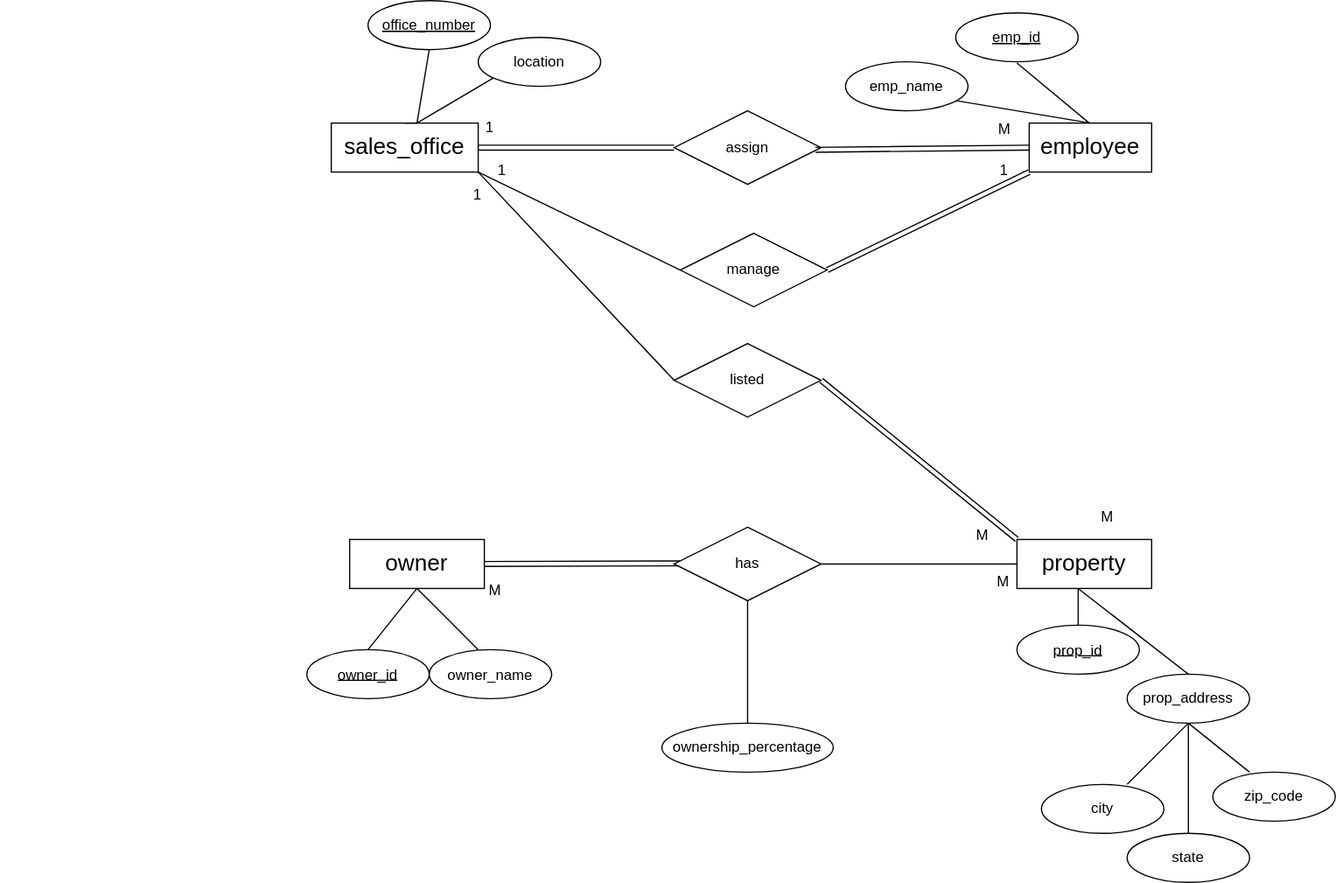
Before: Untitled Diagram3.drawio.svg, a diagram exported from draw.io (abdelrhmankhaled2024/ERD). Source tidied: cells renumbered, new cells last; positions are measured from the earlier drawing's top-left corner, leaving out a move shared by most shapes. Its diagram source:
```xml
<mxGraphModel>
  <root>
    <mxCell id="0" />
    <mxCell id="1" parent="0" />
    <mxCell id="2" value="&lt;span style=&quot;font-family: Arial, sans-serif; font-size: 18.6667px;&quot;&gt;sales_office&lt;/span&gt;" style="whiteSpace=wrap;html=1;align=center;" parent="1" vertex="1">
      <mxGeometry x="270" y="100" width="120" height="40" as="geometry" />
    </mxCell>
    <mxCell id="3" style="endArrow=none;html=1;rounded=0;exitX=0.5;exitY=0;exitDx=0;exitDy=0;entryX=0.06;entryY=0.775;entryDx=0;entryDy=0;entryPerimeter=0;" parent="1" edge="1" source="2">
      <mxGeometry relative="1" as="geometry">
        <mxPoint x="406" y="61" as="targetPoint" />
        <Array as="points">
          <mxPoint x="340" y="100" />
        </Array>
      </mxGeometry>
    </mxCell>
    <mxCell id="4" style="endArrow=none;html=1;rounded=0;" parent="1" edge="1">
      <mxGeometry relative="1" as="geometry">
        <mxPoint x="340" y="100" as="sourcePoint" />
        <mxPoint x="350" y="40" as="targetPoint" />
        <Array as="points">
          <mxPoint x="340" y="100" />
        </Array>
      </mxGeometry>
    </mxCell>
    <mxCell id="5" value="&lt;u&gt;office_number&lt;/u&gt;" style="ellipse;whiteSpace=wrap;html=1;align=center;fontStyle=4;" parent="1" vertex="1">
      <mxGeometry x="300" width="100" height="40" as="geometry" />
    </mxCell>
    <mxCell id="6" value="&lt;font style=&quot;font-size: 12px;&quot;&gt;location&lt;/font&gt;" style="ellipse;whiteSpace=wrap;html=1;align=center;" parent="1" vertex="1">
      <mxGeometry x="390" y="30" width="100" height="40" as="geometry" />
    </mxCell>
    <mxCell id="7" value="&lt;font face=&quot;Arial, sans-serif&quot;&gt;&lt;span style=&quot;font-size: 18.6667px;&quot;&gt;owner&lt;/span&gt;&lt;/font&gt;" style="whiteSpace=wrap;html=1;align=center;" parent="1" vertex="1">
      <mxGeometry x="285" y="440" width="110" height="40" as="geometry" />
    </mxCell>
    <mxCell id="8" style="endArrow=none;html=1;rounded=0;" parent="1" edge="1">
      <mxGeometry relative="1" as="geometry">
        <mxPoint x="300" y="530" as="sourcePoint" />
        <mxPoint x="340" y="480" as="targetPoint" />
      </mxGeometry>
    </mxCell>
    <mxCell id="9" style="endArrow=none;html=1;rounded=0;entryX=0.5;entryY=1;entryDx=0;entryDy=0;exitX=0.4;exitY=0;exitDx=0;exitDy=0;exitPerimeter=0;" parent="1" edge="1" source="11" target="7">
      <mxGeometry relative="1" as="geometry" />
    </mxCell>
    <mxCell id="10" value="&lt;span style=&quot;font-family: Arial, sans-serif; position: relative; top: 0.5pt;&quot;&gt;&lt;font style=&quot;font-size: 12px;&quot;&gt;owner_id&lt;/font&gt;&lt;/span&gt;" style="ellipse;whiteSpace=wrap;html=1;align=center;fontStyle=4;" parent="1" vertex="1">
      <mxGeometry x="250" y="530" width="100" height="40" as="geometry" />
    </mxCell>
    <mxCell id="11" value="&lt;span style=&quot;font-family: Arial, sans-serif; position: relative; top: 0.5pt;&quot;&gt;&lt;font style=&quot;font-size: 12px;&quot;&gt;owner_name&lt;/font&gt;&lt;/span&gt;" style="ellipse;whiteSpace=wrap;html=1;align=center;" parent="1" vertex="1">
      <mxGeometry x="350" y="530" width="100" height="40" as="geometry" />
    </mxCell>
    <mxCell id="12" value="&lt;span style=&quot;font-family: Arial, sans-serif; font-size: 18.6667px;&quot;&gt;employee&lt;/span&gt;" style="whiteSpace=wrap;html=1;align=center;" parent="1" vertex="1">
      <mxGeometry x="840" y="100" width="100" height="40" as="geometry" />
    </mxCell>
    <mxCell id="13" style="endArrow=none;html=1;rounded=0;exitX=0.5;exitY=0;exitDx=0;exitDy=0;entryX=0.61;entryY=1.025;entryDx=0;entryDy=0;entryPerimeter=0;" parent="1" edge="1">
      <mxGeometry relative="1" as="geometry">
        <mxPoint x="889" y="100" as="sourcePoint" />
        <mxPoint x="830" y="51" as="targetPoint" />
      </mxGeometry>
    </mxCell>
    <mxCell id="14" value="&lt;u&gt;emp_id&lt;/u&gt;" style="ellipse;whiteSpace=wrap;html=1;align=center;fontStyle=4;" parent="1" vertex="1">
      <mxGeometry x="780" y="10" width="100" height="40" as="geometry" />
    </mxCell>
    <mxCell id="15" style="endArrow=none;html=1;rounded=0;entryX=0.5;entryY=0;entryDx=0;entryDy=0;" parent="1" edge="1">
      <mxGeometry relative="1" as="geometry">
        <mxPoint x="770" y="80" as="sourcePoint" />
        <mxPoint x="890" y="100" as="targetPoint" />
      </mxGeometry>
    </mxCell>
    <mxCell id="16" value="&lt;font style=&quot;font-size: 12px;&quot;&gt;emp_name&lt;/font&gt;" style="ellipse;whiteSpace=wrap;html=1;align=center;" parent="1" vertex="1">
      <mxGeometry x="690" y="50" width="100" height="40" as="geometry" />
    </mxCell>
    <mxCell id="17" value="assign" style="shape=rhombus;perimeter=rhombusPerimeter;whiteSpace=wrap;html=1;align=center;" parent="1" vertex="1">
      <mxGeometry x="550" y="90" width="120" height="60" as="geometry" />
    </mxCell>
    <mxCell id="18" style="shape=link;html=1;rounded=0;exitX=0;exitY=0.5;exitDx=0;exitDy=0;entryX=1;entryY=0.5;entryDx=0;entryDy=0;" parent="1" edge="1" source="17" target="2">
      <mxGeometry relative="1" as="geometry" />
    </mxCell>
    <mxCell id="19" value="1" style="html=1;whiteSpace=wrap;align=right;verticalAlign=bottom;" parent="1" vertex="1">
      <mxGeometry x="360" y="430" as="geometry">
        <mxPoint x="44" y="-318" as="offset" />
      </mxGeometry>
    </mxCell>
    <mxCell id="20" style="shape=link;html=1;rounded=0;exitX=0;exitY=0.5;exitDx=0;exitDy=0;entryX=0.962;entryY=0.53;entryDx=0;entryDy=0;entryPerimeter=0;" parent="1" edge="1" source="12" target="17">
      <mxGeometry relative="1" as="geometry" />
    </mxCell>
    <mxCell id="21" value="M" style="html=1;whiteSpace=wrap;align=right;verticalAlign=bottom;" parent="20" vertex="1">
      <mxGeometry x="1" relative="1" as="geometry">
        <mxPoint x="161" y="-9" as="offset" />
      </mxGeometry>
    </mxCell>
    <mxCell id="22" value="&lt;span style=&quot;font-family: Arial, sans-serif; position: relative; top: 0.5pt;&quot;&gt;&lt;font style=&quot;font-size: 12px;&quot;&gt;prop_id&lt;/font&gt;&lt;/span&gt;" style="ellipse;whiteSpace=wrap;html=1;align=center;fontStyle=4;" parent="1" vertex="1">
      <mxGeometry x="830" y="510" width="100" height="40" as="geometry" />
    </mxCell>
    <mxCell id="23" style="endArrow=none;html=1;rounded=0;exitX=0.5;exitY=1;exitDx=0;exitDy=0;entryX=0.5;entryY=0;entryDx=0;entryDy=0;" parent="1" edge="1" target="22">
      <mxGeometry relative="1" as="geometry">
        <mxPoint x="880" y="480" as="sourcePoint" />
      </mxGeometry>
    </mxCell>
    <mxCell id="24" style="endArrow=none;html=1;rounded=0;exitX=0.5;exitY=1;exitDx=0;exitDy=0;" parent="1" edge="1" source="26">
      <mxGeometry relative="1" as="geometry">
        <mxPoint x="920" y="640" as="targetPoint" />
      </mxGeometry>
    </mxCell>
    <mxCell id="25" style="endArrow=none;html=1;rounded=0;exitX=0.5;exitY=1;exitDx=0;exitDy=0;" parent="1" edge="1">
      <mxGeometry relative="1" as="geometry">
        <mxPoint x="880" y="480" as="sourcePoint" />
        <mxPoint x="970" y="550" as="targetPoint" />
      </mxGeometry>
    </mxCell>
    <mxCell id="26" value="&lt;span style=&quot;font-family: Arial, sans-serif;&quot;&gt;prop_address&lt;/span&gt;" style="ellipse;whiteSpace=wrap;html=1;align=center;" parent="1" vertex="1">
      <mxGeometry x="920" y="550" width="100" height="40" as="geometry" />
    </mxCell>
    <mxCell id="27" style="shape=link;html=1;rounded=0;entryX=1;entryY=0.5;entryDx=0;entryDy=0;exitX=0.056;exitY=0.492;exitDx=0;exitDy=0;exitPerimeter=0;" parent="1" edge="1" source="29" target="7">
      <mxGeometry relative="1" as="geometry" />
    </mxCell>
    <mxCell id="28" value="M" style="html=1;whiteSpace=wrap;align=right;verticalAlign=bottom;" parent="27" vertex="1">
      <mxGeometry x="1" relative="1" as="geometry">
        <mxPoint x="15" y="30" as="offset" />
      </mxGeometry>
    </mxCell>
    <mxCell id="29" value="has" style="shape=rhombus;perimeter=rhombusPerimeter;whiteSpace=wrap;html=1;align=center;" parent="1" vertex="1">
      <mxGeometry x="550" y="430" width="120" height="60" as="geometry" />
    </mxCell>
    <mxCell id="30" value="&lt;font face=&quot;Arial, sans-serif&quot;&gt;&lt;span style=&quot;font-size: 18.6667px;&quot;&gt;property&lt;/span&gt;&lt;/font&gt;" style="whiteSpace=wrap;html=1;align=center;" parent="1" vertex="1">
      <mxGeometry x="830" y="440" width="110" height="40" as="geometry" />
    </mxCell>
    <mxCell id="31" value="manage" style="shape=rhombus;perimeter=rhombusPerimeter;whiteSpace=wrap;html=1;align=center;" parent="1" vertex="1">
      <mxGeometry x="555" y="190" width="120" height="60" as="geometry" />
    </mxCell>
    <mxCell id="32" style="endArrow=none;html=1;rounded=0;exitX=1;exitY=1;exitDx=0;exitDy=0;entryX=0;entryY=0.5;entryDx=0;entryDy=0;" parent="1" edge="1" source="2" target="31">
      <mxGeometry relative="1" as="geometry" />
    </mxCell>
    <mxCell id="33" style="shape=link;html=1;rounded=0;entryX=0;entryY=1;entryDx=0;entryDy=0;exitX=1;exitY=0.5;exitDx=0;exitDy=0;" parent="1" edge="1" source="31" target="12">
      <mxGeometry relative="1" as="geometry" />
    </mxCell>
    <mxCell id="34" value="M" style="html=1;whiteSpace=wrap;align=right;verticalAlign=bottom;" parent="1" vertex="1">
      <mxGeometry x="910" y="430" as="geometry" />
    </mxCell>
    <mxCell id="35" value="1" style="html=1;whiteSpace=wrap;align=right;verticalAlign=bottom;" parent="1" vertex="1">
      <mxGeometry x="430" y="430" as="geometry">
        <mxPoint x="394" y="-283" as="offset" />
      </mxGeometry>
    </mxCell>
    <mxCell id="36" value="1" style="html=1;whiteSpace=wrap;align=right;verticalAlign=bottom;" parent="1" vertex="1">
      <mxGeometry x="20" y="430" as="geometry">
        <mxPoint x="394" y="-283" as="offset" />
      </mxGeometry>
    </mxCell>
    <mxCell id="37" style="endArrow=none;html=1;rounded=0;exitX=0.5;exitY=1;exitDx=0;exitDy=0;entryX=0.5;entryY=0;entryDx=0;entryDy=0;" parent="1" edge="1" source="26" target="40">
      <mxGeometry relative="1" as="geometry" />
    </mxCell>
    <mxCell id="38" style="endArrow=none;html=1;rounded=0;exitX=0.5;exitY=1;exitDx=0;exitDy=0;" parent="1" edge="1" source="26">
      <mxGeometry relative="1" as="geometry">
        <mxPoint x="1020" y="630" as="targetPoint" />
      </mxGeometry>
    </mxCell>
    <mxCell id="39" value="&lt;span style=&quot;font-family: Arial, sans-serif;&quot;&gt;city&lt;/span&gt;" style="ellipse;whiteSpace=wrap;html=1;align=center;" parent="1" vertex="1">
      <mxGeometry x="850" y="640" width="100" height="40" as="geometry" />
    </mxCell>
    <mxCell id="40" value="&lt;span style=&quot;font-family: Arial, sans-serif;&quot;&gt;state&lt;/span&gt;" style="ellipse;whiteSpace=wrap;html=1;align=center;" parent="1" vertex="1">
      <mxGeometry x="920" y="680" width="100" height="40" as="geometry" />
    </mxCell>
    <mxCell id="41" value="&lt;span style=&quot;font-family: Arial, sans-serif;&quot;&gt;zip_code&lt;/span&gt;" style="ellipse;whiteSpace=wrap;html=1;align=center;" parent="1" vertex="1">
      <mxGeometry x="990" y="630" width="100" height="40" as="geometry" />
    </mxCell>
    <mxCell id="42" value="listed" style="shape=rhombus;perimeter=rhombusPerimeter;whiteSpace=wrap;html=1;align=center;" parent="1" vertex="1">
      <mxGeometry x="550" y="280" width="120" height="60" as="geometry" />
    </mxCell>
    <mxCell id="43" style="shape=link;html=1;rounded=0;exitX=0;exitY=0;exitDx=0;exitDy=0;entryX=1;entryY=0.5;entryDx=0;entryDy=0;" parent="1" edge="1" source="30" target="42">
      <mxGeometry relative="1" as="geometry" />
    </mxCell>
    <mxCell id="44" value="M" style="html=1;whiteSpace=wrap;align=right;verticalAlign=bottom;" parent="1" vertex="1">
      <mxGeometry x="890" y="450" as="geometry">
        <mxPoint x="-82" y="-5" as="offset" />
      </mxGeometry>
    </mxCell>
    <mxCell id="45" style="endArrow=none;html=1;rounded=0;entryX=0;entryY=0.5;entryDx=0;entryDy=0;exitX=1;exitY=1;exitDx=0;exitDy=0;" parent="1" edge="1" source="2" target="42">
      <mxGeometry relative="1" as="geometry" />
    </mxCell>
    <mxCell id="46" value="1" style="html=1;whiteSpace=wrap;align=right;verticalAlign=bottom;" parent="1" vertex="1">
      <mxGeometry y="450" as="geometry">
        <mxPoint x="394" y="-283" as="offset" />
      </mxGeometry>
    </mxCell>
    <mxCell id="47" style="endArrow=none;html=1;rounded=0;entryX=1;entryY=0.5;entryDx=0;entryDy=0;exitX=0;exitY=0.5;exitDx=0;exitDy=0;" parent="1" edge="1" source="30" target="29">
      <mxGeometry relative="1" as="geometry" />
    </mxCell>
    <mxCell id="48" value="M" style="html=1;whiteSpace=wrap;align=right;verticalAlign=bottom;" parent="1" vertex="1">
      <mxGeometry x="419.7" y="500" as="geometry">
        <mxPoint x="405" y="-17" as="offset" />
      </mxGeometry>
    </mxCell>
    <mxCell id="49" style="endArrow=none;html=1;rounded=0;entryX=0.5;entryY=1;entryDx=0;entryDy=0;" parent="1" edge="1" target="29">
      <mxGeometry relative="1" as="geometry">
        <mxPoint x="610" y="590" as="sourcePoint" />
      </mxGeometry>
    </mxCell>
    <mxCell id="50" value="&lt;font face=&quot;Arial, sans-serif&quot;&gt;ownership_percentage&lt;/font&gt;" style="ellipse;whiteSpace=wrap;html=1;align=center;" parent="1" vertex="1">
      <mxGeometry x="540" y="590" width="140" height="40" as="geometry" />
    </mxCell>
  </root>
</mxGraphModel>
```
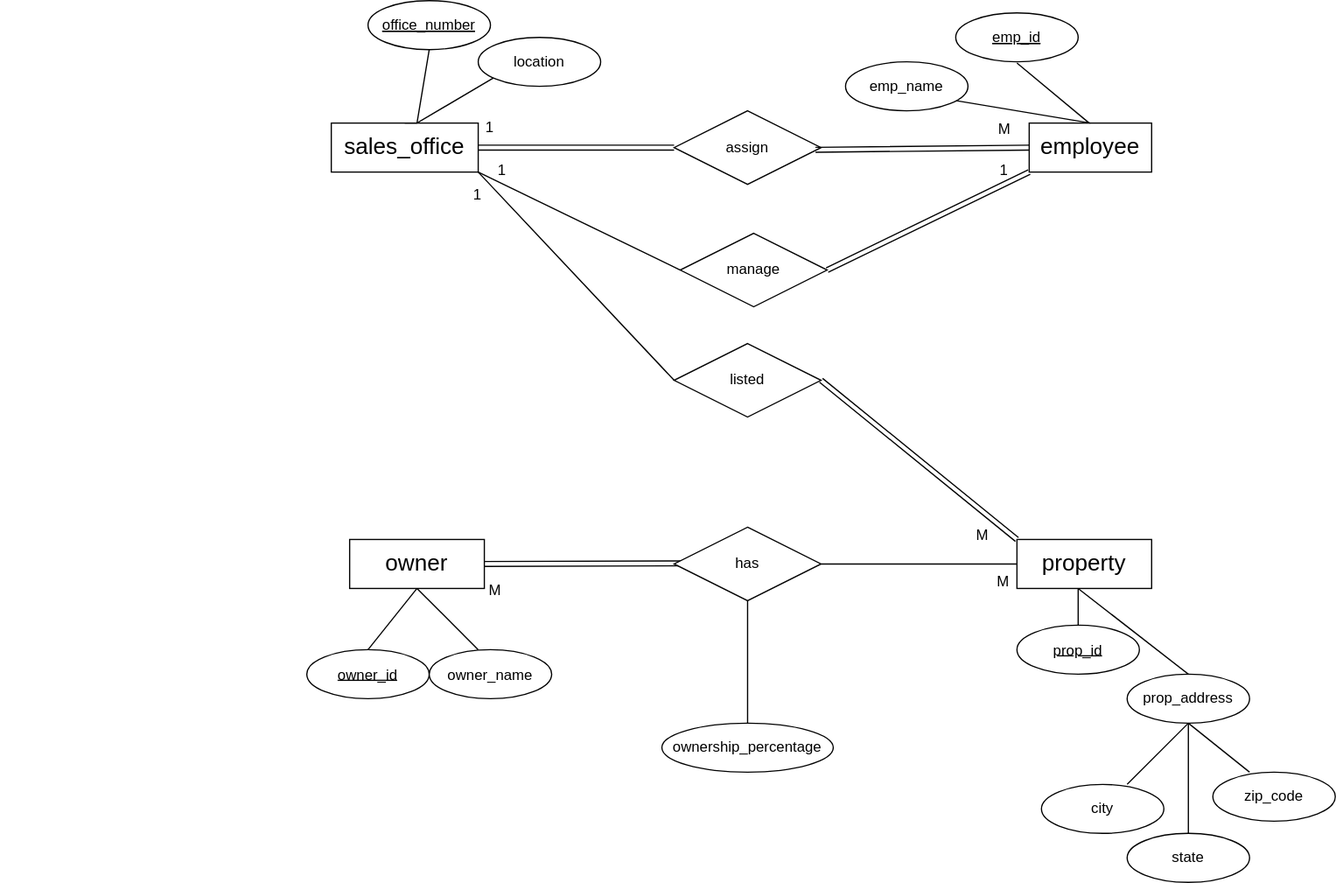
The same file after the commit.

Diff of the diagram source:
```diff
@@ -131,9 +131,6 @@
     <mxCell id="33" style="shape=link;html=1;rounded=0;entryX=0;entryY=1;entryDx=0;entryDy=0;exitX=1;exitY=0.5;exitDx=0;exitDy=0;" parent="1" edge="1" source="31" target="12">
       <mxGeometry relative="1" as="geometry" />
     </mxCell>
-    <mxCell id="34" value="M" style="html=1;whiteSpace=wrap;align=right;verticalAlign=bottom;" parent="1" vertex="1">
-      <mxGeometry x="910" y="430" as="geometry" />
-    </mxCell>
     <mxCell id="35" value="1" style="html=1;whiteSpace=wrap;align=right;verticalAlign=bottom;" parent="1" vertex="1">
       <mxGeometry x="430" y="430" as="geometry">
         <mxPoint x="394" y="-283" as="offset" />
```
